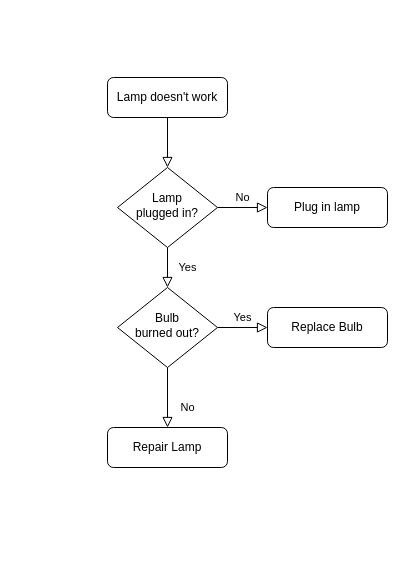
icyes/uicy keeps this draw.io diagram as src/Untitled Diagram.drawio. Above is the earlier version. Source tidied: cells renumbered, new cells numbered last; positions are measured from the earlier drawing's top-left corner, leaving out a move shared by most shapes. Both pictures are drawn from the tidied source at 100%, with x=0, y=0 at pixel (107, 77).
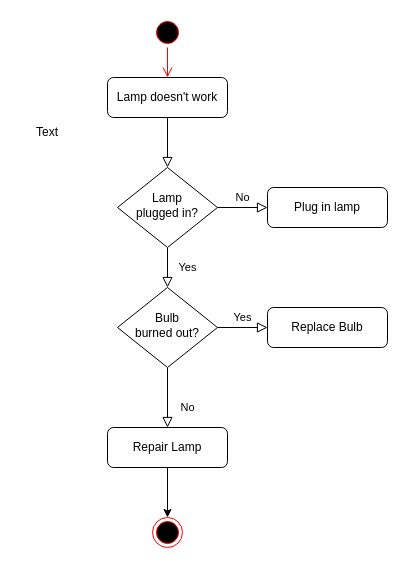
The same diagram, later.

What changed in the source:
```diff
@@
 <mxGraphModel>
   <root>
     <mxCell id="0" />
     <mxCell id="1" parent="0" />
     <mxCell id="2" style="rounded=0;html=1;jettySize=auto;fontSize=11;endArrow=block;endFill=0;endSize=8;strokeWidth=1;shadow=0;labelBackgroundColor=none;edgeStyle=orthogonalEdgeStyle;" parent="1" edge="1" source="3" target="6">
       <mxGeometry relative="1" as="geometry" />
     </mxCell>
     <mxCell id="3" value="Lamp doesn't work" style="rounded=1;whiteSpace=wrap;html=1;fontSize=12;glass=0;strokeWidth=1;shadow=0;" parent="1" vertex="1">
       <mxGeometry width="120" height="40" as="geometry" />
     </mxCell>
     <mxCell id="4" value="Yes" style="rounded=0;html=1;jettySize=auto;fontSize=11;endArrow=block;endFill=0;endSize=8;strokeWidth=1;shadow=0;labelBackgroundColor=none;edgeStyle=orthogonalEdgeStyle;" parent="1" edge="1" source="6" target="10">
       <mxGeometry y="20" relative="1" as="geometry" />
     </mxCell>
     <mxCell id="5" value="No" style="edgeStyle=orthogonalEdgeStyle;rounded=0;html=1;jettySize=auto;fontSize=11;endArrow=block;endFill=0;endSize=8;strokeWidth=1;shadow=0;labelBackgroundColor=none;" parent="1" edge="1" source="6" target="7">
       <mxGeometry y="10" relative="1" as="geometry" />
     </mxCell>
     <mxCell id="6" value="Lamp&lt;br&gt;plugged in?" style="rhombus;whiteSpace=wrap;html=1;shadow=0;fontFamily=Helvetica;fontSize=12;align=center;strokeWidth=1;spacing=6;spacingTop=-4;" parent="1" vertex="1">
       <mxGeometry x="10" y="90" width="100" height="80" as="geometry" />
     </mxCell>
     <mxCell id="7" value="Plug in lamp" style="rounded=1;whiteSpace=wrap;html=1;fontSize=12;glass=0;strokeWidth=1;shadow=0;" parent="1" vertex="1">
       <mxGeometry x="160" y="110" width="120" height="40" as="geometry" />
     </mxCell>
     <mxCell id="8" value="No" style="rounded=0;html=1;jettySize=auto;fontSize=11;endArrow=block;endFill=0;endSize=8;strokeWidth=1;shadow=0;labelBackgroundColor=none;edgeStyle=orthogonalEdgeStyle;" parent="1" edge="1" source="10" target="11">
       <mxGeometry x="0.33" y="20" relative="1" as="geometry" />
     </mxCell>
     <mxCell id="9" value="Yes" style="edgeStyle=orthogonalEdgeStyle;rounded=0;html=1;jettySize=auto;fontSize=11;endArrow=block;endFill=0;endSize=8;strokeWidth=1;shadow=0;labelBackgroundColor=none;" parent="1" edge="1" source="10" target="12">
       <mxGeometry y="10" relative="1" as="geometry" />
     </mxCell>
     <mxCell id="10" value="Bulb&lt;br&gt;burned out?" style="rhombus;whiteSpace=wrap;html=1;shadow=0;fontFamily=Helvetica;fontSize=12;align=center;strokeWidth=1;spacing=6;spacingTop=-4;" parent="1" vertex="1">
       <mxGeometry x="10" y="210" width="100" height="80" as="geometry" />
     </mxCell>
+    <mxCell id="13" style="edgeStyle=orthogonalEdgeStyle;rounded=0;jettySize=auto;html=1;" parent="1" edge="1" source="11" target="15">
+      <mxGeometry relative="1" as="geometry" />
+    </mxCell>
     <mxCell id="11" value="Repair Lamp" style="rounded=1;whiteSpace=wrap;html=1;fontSize=12;glass=0;strokeWidth=1;shadow=0;" parent="1" vertex="1">
       <mxGeometry y="350" width="120" height="40" as="geometry" />
     </mxCell>
     <mxCell id="12" value="Replace Bulb" style="rounded=1;whiteSpace=wrap;html=1;fontSize=12;glass=0;strokeWidth=1;shadow=0;" parent="1" vertex="1">
       <mxGeometry x="160" y="230" width="120" height="40" as="geometry" />
     </mxCell>
+    <mxCell id="14" value="Text" style="text;html=1;strokeColor=none;fillColor=none;align=center;verticalAlign=middle;whiteSpace=wrap;rounded=0;" parent="1" vertex="1">
+      <mxGeometry x="-90" y="40" width="60" height="30" as="geometry" />
+    </mxCell>
+    <mxCell id="15" style="ellipse;html=1;shape=endState;fillColor=#000000;strokeColor=#ff0000;" parent="1" vertex="1">
+      <mxGeometry x="45" y="440" width="30" height="30" as="geometry" />
+    </mxCell>
+    <mxCell id="16" style="ellipse;html=1;shape=startState;fillColor=#000000;strokeColor=#ff0000;" parent="1" vertex="1">
+      <mxGeometry x="45" y="-60" width="30" height="30" as="geometry" />
+    </mxCell>
+    <mxCell id="17" style="edgeStyle=orthogonalEdgeStyle;html=1;verticalAlign=bottom;endArrow=open;endSize=8;strokeColor=#ff0000;rounded=0;entryX=0.5;entryY=0;entryDx=0;entryDy=0;" parent="1" edge="1" source="16" target="3">
+      <mxGeometry relative="1" as="geometry" />
+    </mxCell>
   </root>
 </mxGraphModel>
```
